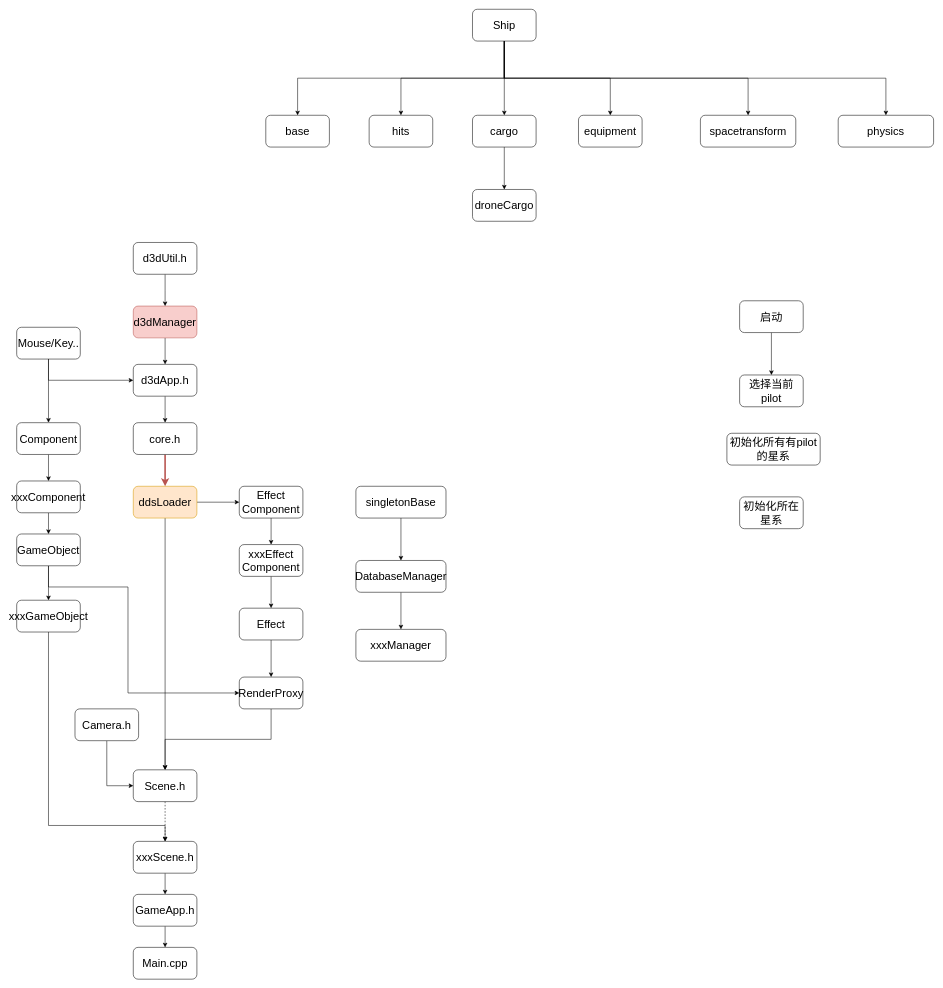
morphotherain/GrassRootAI keeps this draw.io diagram as 依赖图咪.drawio. Above is the earlier version. Source tidied: cells renumbered, new cells numbered last; positions are measured from the earlier drawing's top-left corner, leaving out a move shared by most shapes. Both pictures are drawn from the tidied source at 53%, with x=0, y=0 at pixel (16, 9).
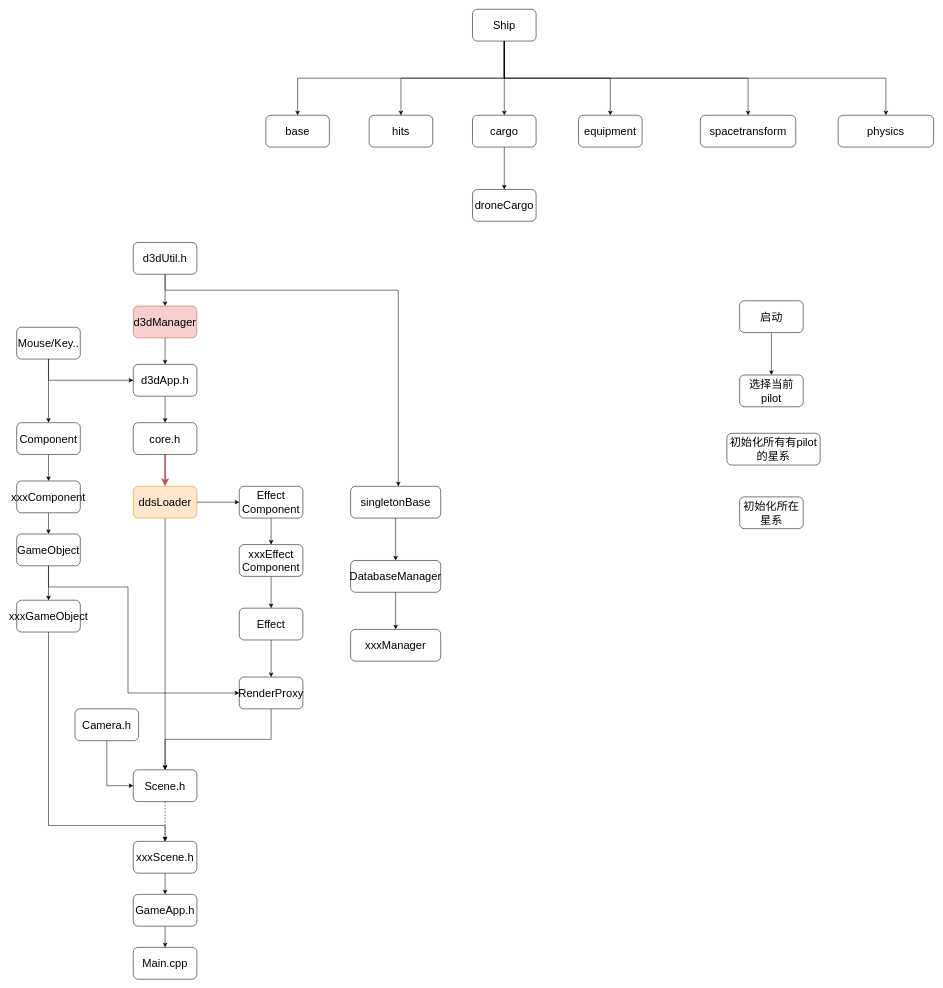
The same diagram, later.

Unchanged cells that the change refers to:
```xml
<mxCell id="24" value="&lt;font style=&quot;font-size: 21px&quot;&gt;d3dUtil.h&lt;br&gt;&lt;/font&gt;" style="rounded=1;whiteSpace=wrap;html=1;" parent="1" vertex="1">
  <mxGeometry x="220" y="440" width="120" height="60" as="geometry" />
</mxCell>
```

Diff of the diagram source:
```diff
@@
+    <mxCell id="67" style="edgeStyle=orthogonalEdgeStyle;rounded=0;jettySize=auto;html=1;exitX=0.5;exitY=1;exitDx=0;exitDy=0;" parent="1" edge="1" source="24" target="37">
+      <mxGeometry relative="1" as="geometry">
+        <Array as="points">
+          <mxPoint x="280" y="530" />
+          <mxPoint x="720" y="530" />
+        </Array>
+      </mxGeometry>
+    </mxCell>
@@
     <mxCell id="35" value="&lt;font style=&quot;font-size: 21px&quot;&gt;DatabaseManager&lt;/font&gt;" style="rounded=1;whiteSpace=wrap;html=1;" parent="1" vertex="1">
-      <mxGeometry x="640" y="1040" width="170" height="60" as="geometry" />
+      <mxGeometry x="630" y="1040" width="170" height="60" as="geometry" />
     </mxCell>
@@
     <mxCell id="37" value="&lt;font style=&quot;font-size: 21px&quot;&gt;singletonBase&lt;br&gt;&lt;/font&gt;" style="rounded=1;whiteSpace=wrap;html=1;" parent="1" vertex="1">
-      <mxGeometry x="640" y="900" width="170" height="60" as="geometry" />
+      <mxGeometry x="630" y="900" width="170" height="60" as="geometry" />
     </mxCell>
     <mxCell id="38" value="&lt;span style=&quot;font-size: 21px&quot;&gt;xxxManager&lt;/span&gt;" style="rounded=1;whiteSpace=wrap;html=1;" parent="1" vertex="1">
-      <mxGeometry x="640" y="1170" width="170" height="60" as="geometry" />
+      <mxGeometry x="630" y="1170" width="170" height="60" as="geometry" />
     </mxCell>
```
